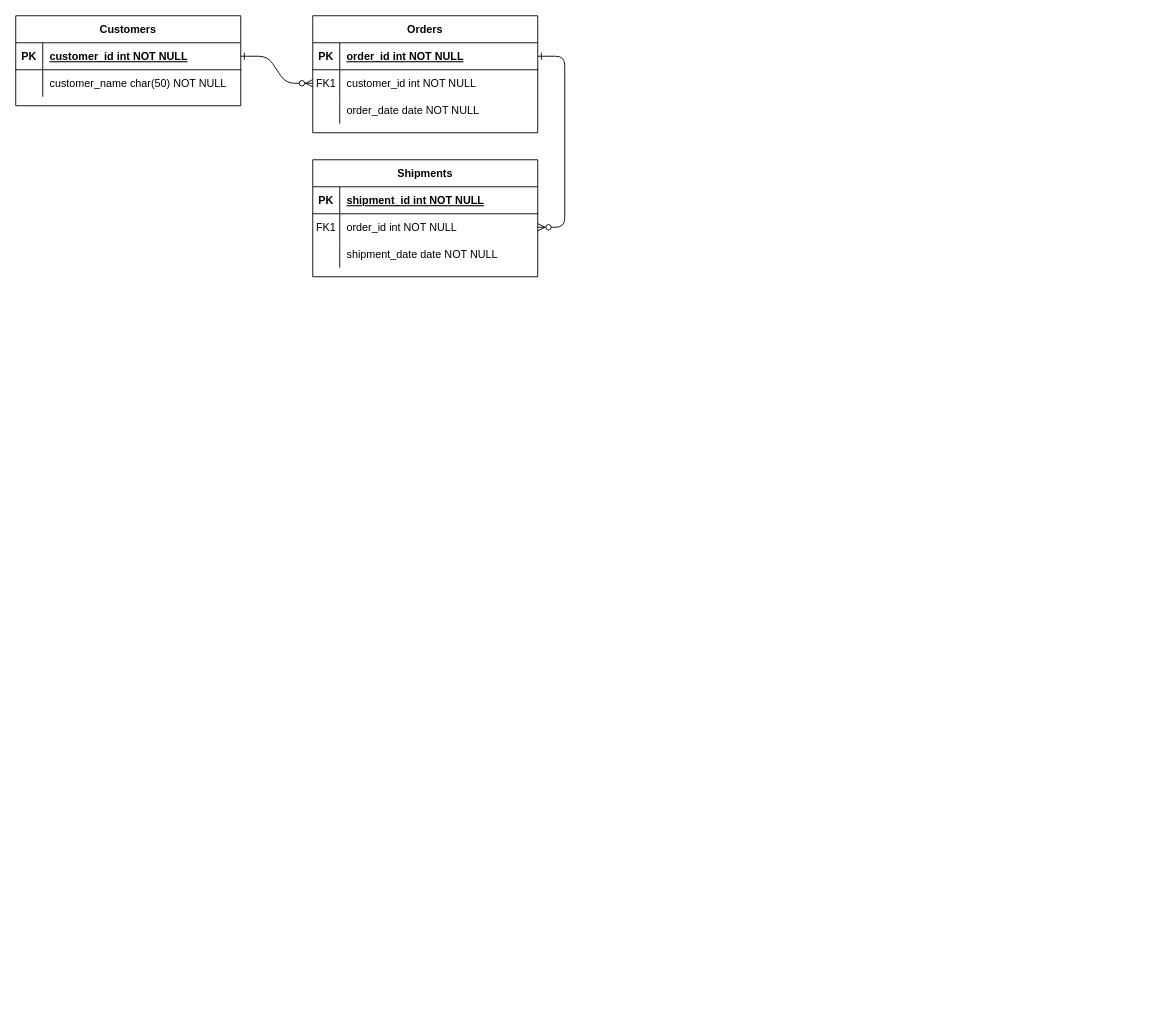
happy-lx/drawio keeps this draw.io diagram as database.drawio. Above is the earlier version. Source tidied: cells renumbered, new cells numbered last; positions are measured from the earlier drawing's top-left corner, leaving out a move shared by most shapes. Both pictures are drawn from the tidied source at 90%, with x=0, y=0 at pixel (15, 15).
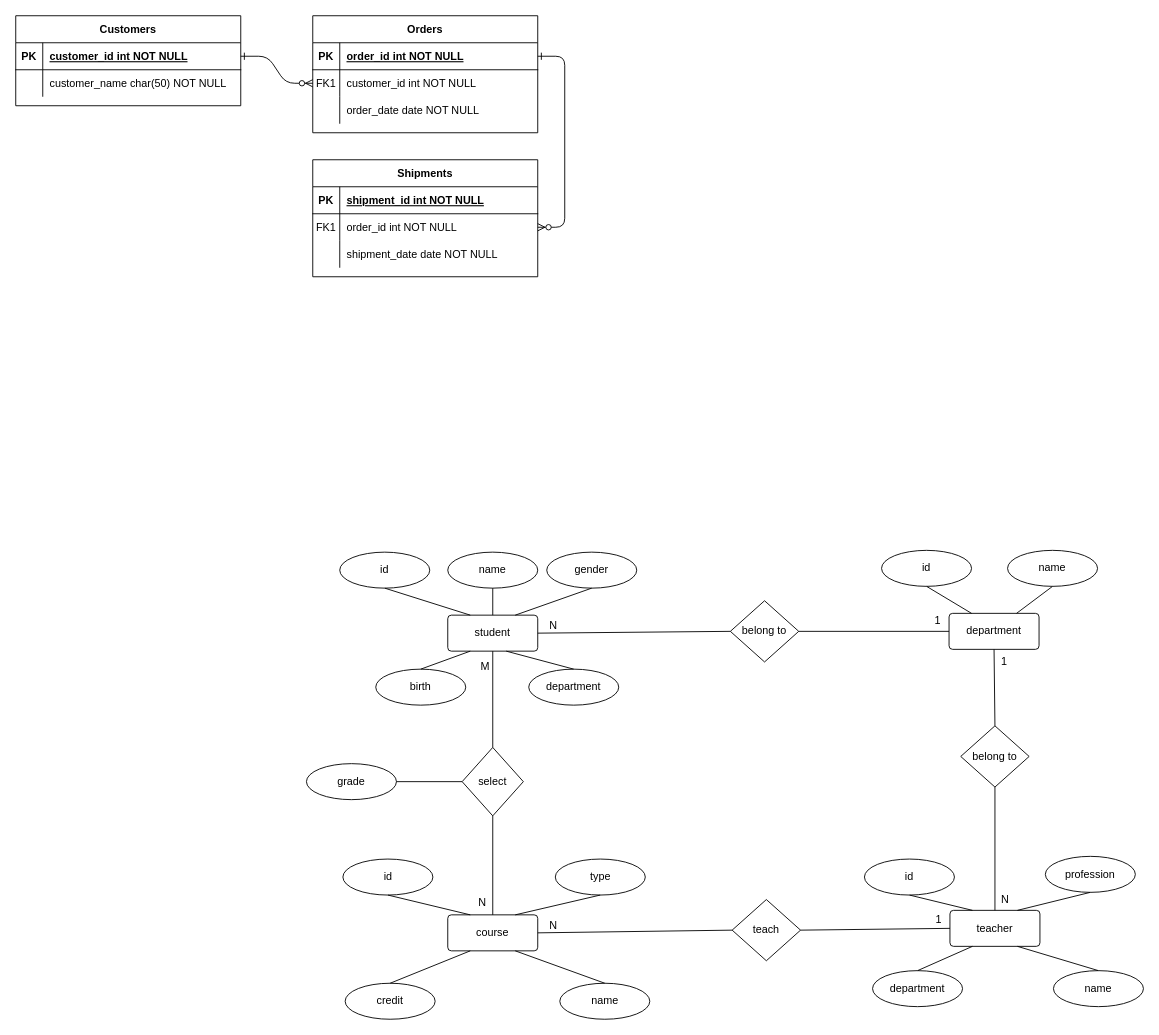
The same page after the edit.

Change to the diagram source:
```diff
@@
+    <mxCell id="31" value="student" style="rounded=1;arcSize=10;whiteSpace=wrap;html=1;align=center;" parent="1" vertex="1">
+      <mxGeometry x="480" y="666" width="100" height="40" as="geometry" />
+    </mxCell>
+    <mxCell id="32" value="id" style="ellipse;whiteSpace=wrap;html=1;align=center;" parent="1" vertex="1">
+      <mxGeometry x="360" y="596" width="100" height="40" as="geometry" />
+    </mxCell>
+    <mxCell id="33" value="name" style="ellipse;whiteSpace=wrap;html=1;align=center;" parent="1" vertex="1">
+      <mxGeometry x="480" y="596" width="100" height="40" as="geometry" />
+    </mxCell>
+    <mxCell id="34" style="endArrow=none;html=1;rounded=0;exitX=0.5;exitY=1;exitDx=0;exitDy=0;entryX=0.25;entryY=0;entryDx=0;entryDy=0;" parent="1" edge="1" source="32" target="31">
+      <mxGeometry relative="1" as="geometry" />
+    </mxCell>
+    <mxCell id="35" value="gender" style="ellipse;whiteSpace=wrap;html=1;align=center;" parent="1" vertex="1">
+      <mxGeometry x="590" y="596" width="100" height="40" as="geometry" />
+    </mxCell>
+    <mxCell id="36" value="birth" style="ellipse;whiteSpace=wrap;html=1;align=center;" parent="1" vertex="1">
+      <mxGeometry x="400" y="726" width="100" height="40" as="geometry" />
+    </mxCell>
+    <mxCell id="37" value="department" style="ellipse;whiteSpace=wrap;html=1;align=center;" parent="1" vertex="1">
+      <mxGeometry x="570" y="726" width="100" height="40" as="geometry" />
+    </mxCell>
+    <mxCell id="38" value="department" style="rounded=1;arcSize=10;whiteSpace=wrap;html=1;align=center;" parent="1" vertex="1">
+      <mxGeometry x="1037" y="664" width="100" height="40" as="geometry" />
+    </mxCell>
+    <mxCell id="39" value="id" style="ellipse;whiteSpace=wrap;html=1;align=center;" parent="1" vertex="1">
+      <mxGeometry x="962" y="594" width="100" height="40" as="geometry" />
+    </mxCell>
+    <mxCell id="40" value="name" style="ellipse;whiteSpace=wrap;html=1;align=center;" parent="1" vertex="1">
+      <mxGeometry x="1102" y="594" width="100" height="40" as="geometry" />
+    </mxCell>
+    <mxCell id="41" value="course" style="rounded=1;arcSize=10;whiteSpace=wrap;html=1;align=center;" parent="1" vertex="1">
+      <mxGeometry x="480" y="999" width="100" height="40" as="geometry" />
+    </mxCell>
+    <mxCell id="42" value="id" style="ellipse;whiteSpace=wrap;html=1;align=center;" parent="1" vertex="1">
+      <mxGeometry x="363.5" y="937" width="100" height="40" as="geometry" />
+    </mxCell>
+    <mxCell id="43" value="name" style="ellipse;whiteSpace=wrap;html=1;align=center;" parent="1" vertex="1">
+      <mxGeometry x="604.5" y="1075" width="100" height="40" as="geometry" />
+    </mxCell>
+    <mxCell id="44" value="type" style="ellipse;whiteSpace=wrap;html=1;align=center;" parent="1" vertex="1">
+      <mxGeometry x="599.5" y="937" width="100" height="40" as="geometry" />
+    </mxCell>
+    <mxCell id="45" value="credit" style="ellipse;whiteSpace=wrap;html=1;align=center;" parent="1" vertex="1">
+      <mxGeometry x="366" y="1075" width="100" height="40" as="geometry" />
+    </mxCell>
+    <mxCell id="46" value="teacher" style="rounded=1;arcSize=10;whiteSpace=wrap;html=1;align=center;" parent="1" vertex="1">
+      <mxGeometry x="1038" y="994" width="100" height="40" as="geometry" />
+    </mxCell>
+    <mxCell id="47" value="id" style="ellipse;whiteSpace=wrap;html=1;align=center;" parent="1" vertex="1">
+      <mxGeometry x="943" y="937" width="100" height="40" as="geometry" />
+    </mxCell>
+    <mxCell id="48" value="name" style="ellipse;whiteSpace=wrap;html=1;align=center;" parent="1" vertex="1">
+      <mxGeometry x="1153" y="1061" width="100" height="40" as="geometry" />
+    </mxCell>
+    <mxCell id="49" value="profession" style="ellipse;whiteSpace=wrap;html=1;align=center;" parent="1" vertex="1">
+      <mxGeometry x="1144" y="934" width="100" height="40" as="geometry" />
+    </mxCell>
+    <mxCell id="50" value="department" style="ellipse;whiteSpace=wrap;html=1;align=center;" parent="1" vertex="1">
+      <mxGeometry x="952" y="1061" width="100" height="40" as="geometry" />
+    </mxCell>
+    <mxCell id="51" style="endArrow=none;html=1;rounded=0;exitX=0.5;exitY=1;exitDx=0;exitDy=0;entryX=0.5;entryY=0;entryDx=0;entryDy=0;" parent="1" edge="1" source="33" target="31">
+      <mxGeometry relative="1" as="geometry" />
+    </mxCell>
+    <mxCell id="52" style="endArrow=none;html=1;rounded=0;exitX=0.5;exitY=1;exitDx=0;exitDy=0;entryX=0.75;entryY=0;entryDx=0;entryDy=0;" parent="1" edge="1" source="35" target="31">
+      <mxGeometry relative="1" as="geometry" />
+    </mxCell>
+    <mxCell id="53" style="endArrow=none;html=1;rounded=0;exitX=0.25;exitY=1;exitDx=0;exitDy=0;entryX=0.5;entryY=0;entryDx=0;entryDy=0;" parent="1" edge="1" source="31" target="36">
+      <mxGeometry relative="1" as="geometry" />
+    </mxCell>
+    <mxCell id="54" style="endArrow=none;html=1;rounded=0;exitX=0.65;exitY=1;exitDx=0;exitDy=0;entryX=0.5;entryY=0;entryDx=0;entryDy=0;exitPerimeter=0;" parent="1" edge="1" source="31" target="37">
+      <mxGeometry relative="1" as="geometry" />
+    </mxCell>
+    <mxCell id="55" style="endArrow=none;html=1;rounded=0;exitX=0.5;exitY=1;exitDx=0;exitDy=0;entryX=0.25;entryY=0;entryDx=0;entryDy=0;" parent="1" edge="1" source="39" target="38">
+      <mxGeometry relative="1" as="geometry" />
+    </mxCell>
+    <mxCell id="56" style="endArrow=none;html=1;rounded=0;exitX=0.5;exitY=1;exitDx=0;exitDy=0;entryX=0.75;entryY=0;entryDx=0;entryDy=0;" parent="1" edge="1" source="40" target="38">
+      <mxGeometry relative="1" as="geometry" />
+    </mxCell>
+    <mxCell id="57" style="endArrow=none;html=1;rounded=0;exitX=0.5;exitY=1;exitDx=0;exitDy=0;entryX=0.25;entryY=0;entryDx=0;entryDy=0;" parent="1" edge="1" source="42" target="41">
+      <mxGeometry relative="1" as="geometry" />
+    </mxCell>
+    <mxCell id="58" style="endArrow=none;html=1;rounded=0;exitX=0.5;exitY=0;exitDx=0;exitDy=0;entryX=0.75;entryY=1;entryDx=0;entryDy=0;" parent="1" edge="1" source="43" target="41">
+      <mxGeometry relative="1" as="geometry" />
+    </mxCell>
+    <mxCell id="59" style="endArrow=none;html=1;rounded=0;exitX=0.5;exitY=1;exitDx=0;exitDy=0;entryX=0.75;entryY=0;entryDx=0;entryDy=0;" parent="1" edge="1" source="44" target="41">
+      <mxGeometry relative="1" as="geometry" />
+    </mxCell>
+    <mxCell id="60" style="endArrow=none;html=1;rounded=0;exitX=0.25;exitY=1;exitDx=0;exitDy=0;entryX=0.5;entryY=0;entryDx=0;entryDy=0;" parent="1" edge="1" source="41" target="45">
+      <mxGeometry relative="1" as="geometry" />
+    </mxCell>
+    <mxCell id="61" style="endArrow=none;html=1;rounded=0;exitX=0.5;exitY=1;exitDx=0;exitDy=0;entryX=0.25;entryY=0;entryDx=0;entryDy=0;" parent="1" edge="1" source="47" target="46">
+      <mxGeometry relative="1" as="geometry" />
+    </mxCell>
+    <mxCell id="62" style="endArrow=none;html=1;rounded=0;exitX=0.5;exitY=0;exitDx=0;exitDy=0;entryX=0.75;entryY=1;entryDx=0;entryDy=0;" parent="1" edge="1" source="48" target="46">
+      <mxGeometry relative="1" as="geometry" />
+    </mxCell>
+    <mxCell id="63" style="endArrow=none;html=1;rounded=0;exitX=0.5;exitY=1;exitDx=0;exitDy=0;entryX=0.75;entryY=0;entryDx=0;entryDy=0;" parent="1" edge="1" source="49" target="46">
+      <mxGeometry relative="1" as="geometry" />
+    </mxCell>
+    <mxCell id="64" style="endArrow=none;html=1;rounded=0;exitX=0.25;exitY=1;exitDx=0;exitDy=0;entryX=0.5;entryY=0;entryDx=0;entryDy=0;" parent="1" edge="1" source="46" target="50">
+      <mxGeometry relative="1" as="geometry" />
+    </mxCell>
+    <mxCell id="65" value="select" style="shape=rhombus;perimeter=rhombusPerimeter;whiteSpace=wrap;html=1;align=center;direction=south;" parent="1" vertex="1">
+      <mxGeometry x="496" y="813" width="68" height="76" as="geometry" />
+    </mxCell>
+    <mxCell id="66" value="belong to" style="shape=rhombus;perimeter=rhombusPerimeter;whiteSpace=wrap;html=1;align=center;direction=east;" parent="1" vertex="1">
+      <mxGeometry x="794" y="650" width="76" height="68" as="geometry" />
+    </mxCell>
+    <mxCell id="67" value="belong to" style="shape=rhombus;perimeter=rhombusPerimeter;whiteSpace=wrap;html=1;align=center;direction=east;" parent="1" vertex="1">
+      <mxGeometry x="1050" y="789" width="76" height="68" as="geometry" />
+    </mxCell>
+    <mxCell id="68" value="teach" style="shape=rhombus;perimeter=rhombusPerimeter;whiteSpace=wrap;html=1;align=center;direction=west;" parent="1" vertex="1">
+      <mxGeometry x="796" y="982" width="76" height="68" as="geometry" />
+    </mxCell>
+    <mxCell id="69" style="endArrow=none;html=1;rounded=0;entryX=0.5;entryY=1;entryDx=0;entryDy=0;exitX=0;exitY=0.5;exitDx=0;exitDy=0;" parent="1" edge="1" source="65" target="31">
+      <mxGeometry relative="1" as="geometry" />
+    </mxCell>
+    <mxCell id="70" value="M" style="html=1;align=right;verticalAlign=bottom;" parent="69" vertex="1">
+      <mxGeometry x="1" relative="1" as="geometry">
+        <mxPoint x="-3" y="26" as="offset" />
+      </mxGeometry>
+    </mxCell>
+    <mxCell id="71" style="endArrow=none;html=1;rounded=0;entryX=1;entryY=0.5;entryDx=0;entryDy=0;exitX=0.5;exitY=0;exitDx=0;exitDy=0;" parent="1" edge="1" source="41" target="65">
+      <mxGeometry relative="1" as="geometry" />
+    </mxCell>
+    <mxCell id="72" value="N" style="html=1;align=right;verticalAlign=bottom;" parent="71" vertex="1">
+      <mxGeometry x="1" relative="1" as="geometry">
+        <mxPoint x="-7" y="105" as="offset" />
+      </mxGeometry>
+    </mxCell>
+    <mxCell id="73" style="endArrow=none;html=1;rounded=0;entryX=1;entryY=0.5;entryDx=0;entryDy=0;exitX=1;exitY=0.5;exitDx=0;exitDy=0;" parent="1" edge="1" source="68" target="41">
+      <mxGeometry relative="1" as="geometry" />
+    </mxCell>
+    <mxCell id="74" value="N" style="html=1;align=right;verticalAlign=bottom;" parent="73" vertex="1">
+      <mxGeometry x="1" relative="1" as="geometry">
+        <mxPoint x="22" as="offset" />
+      </mxGeometry>
+    </mxCell>
+    <mxCell id="75" style="endArrow=none;html=1;rounded=0;entryX=0;entryY=0.5;entryDx=0;entryDy=0;exitX=0;exitY=0.5;exitDx=0;exitDy=0;" parent="1" edge="1" source="68" target="46">
+      <mxGeometry relative="1" as="geometry" />
+    </mxCell>
+    <mxCell id="76" value="1" style="html=1;align=right;verticalAlign=bottom;" parent="75" vertex="1">
+      <mxGeometry x="1" relative="1" as="geometry">
+        <mxPoint x="-9" y="-2" as="offset" />
+      </mxGeometry>
+    </mxCell>
+    <mxCell id="77" style="endArrow=none;html=1;rounded=0;entryX=0.5;entryY=1;entryDx=0;entryDy=0;exitX=0.5;exitY=0;exitDx=0;exitDy=0;" parent="1" edge="1" source="67" target="38">
+      <mxGeometry relative="1" as="geometry" />
+    </mxCell>
+    <mxCell id="78" value="1" style="html=1;align=right;verticalAlign=bottom;" parent="77" vertex="1">
+      <mxGeometry x="1" relative="1" as="geometry">
+        <mxPoint x="15" y="22" as="offset" />
+      </mxGeometry>
+    </mxCell>
+    <mxCell id="79" style="endArrow=none;html=1;rounded=0;entryX=0.5;entryY=0;entryDx=0;entryDy=0;exitX=0.5;exitY=1;exitDx=0;exitDy=0;" parent="1" edge="1" source="67" target="46">
+      <mxGeometry relative="1" as="geometry" />
+    </mxCell>
+    <mxCell id="80" value="N" style="html=1;align=right;verticalAlign=bottom;" parent="79" vertex="1">
+      <mxGeometry x="1" relative="1" as="geometry">
+        <mxPoint x="16" y="-4" as="offset" />
+      </mxGeometry>
+    </mxCell>
+    <mxCell id="81" style="endArrow=none;html=1;rounded=0;entryX=1;entryY=0.5;entryDx=0;entryDy=0;exitX=0;exitY=0.5;exitDx=0;exitDy=0;" parent="1" edge="1" source="66" target="31">
+      <mxGeometry relative="1" as="geometry" />
+    </mxCell>
+    <mxCell id="82" value="N" style="html=1;align=right;verticalAlign=bottom;" parent="81" vertex="1">
+      <mxGeometry x="1" relative="1" as="geometry">
+        <mxPoint x="22" as="offset" />
+      </mxGeometry>
+    </mxCell>
+    <mxCell id="83" style="endArrow=none;html=1;rounded=0;entryX=0;entryY=0.5;entryDx=0;entryDy=0;exitX=1;exitY=0.5;exitDx=0;exitDy=0;" parent="1" edge="1" source="66" target="38">
+      <mxGeometry relative="1" as="geometry" />
+    </mxCell>
+    <mxCell id="84" value="1" style="html=1;align=right;verticalAlign=bottom;" parent="83" vertex="1">
+      <mxGeometry x="1" relative="1" as="geometry">
+        <mxPoint x="-9" y="-4" as="offset" />
+      </mxGeometry>
+    </mxCell>
+    <mxCell id="85" value="grade" style="ellipse;whiteSpace=wrap;html=1;align=center;" parent="1" vertex="1">
+      <mxGeometry x="323" y="831" width="100" height="40" as="geometry" />
+    </mxCell>
+    <mxCell id="86" style="endArrow=none;html=1;rounded=0;exitX=1;exitY=0.5;exitDx=0;exitDy=0;entryX=0.5;entryY=1;entryDx=0;entryDy=0;" parent="1" edge="1" source="85" target="65">
+      <mxGeometry relative="1" as="geometry" />
+    </mxCell>
```
